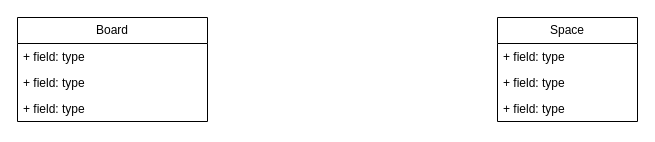
The draw.io diagram Diagrama sem nome.drawio in hsantana2024/5-desafios-java-DIO, before the edit. Source tidied: cells renumbered, new cells numbered last; positions are measured from the earlier drawing's top-left corner, leaving out a move shared by most shapes. Both pictures are drawn from the tidied source at 100%, with x=0, y=0 at pixel (17, 17).
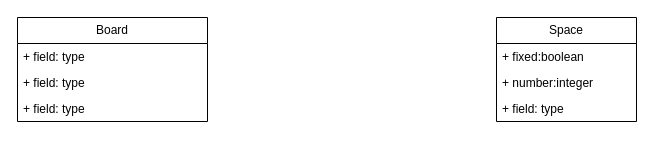
The same diagram, later.

Change to the diagram source:
```diff
@@
 <mxGraphModel>
   <root>
     <mxCell id="0" />
     <mxCell id="1" parent="0" />
     <mxCell id="2" value="Board" style="swimlane;fontStyle=0;horizontal=1;startSize=26;fillColor=none;whiteSpace=wrap;html=1;" parent="1" vertex="1">
       <mxGeometry width="190" height="104" as="geometry" />
     </mxCell>
     <mxCell id="3" value="+ field: type" style="text;strokeColor=none;fillColor=none;align=left;verticalAlign=top;spacingLeft=4;spacingRight=4;overflow=hidden;whiteSpace=wrap;html=1;" parent="2" vertex="1">
       <mxGeometry y="26" width="190" height="26" as="geometry" />
     </mxCell>
     <mxCell id="4" value="+ field: type" style="text;strokeColor=none;fillColor=none;align=left;verticalAlign=top;spacingLeft=4;spacingRight=4;overflow=hidden;whiteSpace=wrap;html=1;" parent="2" vertex="1">
       <mxGeometry y="52" width="190" height="26" as="geometry" />
     </mxCell>
     <mxCell id="5" value="+ field: type" style="text;strokeColor=none;fillColor=none;align=left;verticalAlign=top;spacingLeft=4;spacingRight=4;overflow=hidden;whiteSpace=wrap;html=1;" parent="2" vertex="1">
       <mxGeometry y="78" width="190" height="26" as="geometry" />
     </mxCell>
     <mxCell id="6" value="Space" style="swimlane;fontStyle=0;horizontal=1;startSize=26;fillColor=none;whiteSpace=wrap;html=1;" parent="1" vertex="1">
-      <mxGeometry x="480" width="140" height="104" as="geometry" />
+      <mxGeometry x="479" width="140" height="104" as="geometry" />
     </mxCell>
-    <mxCell id="7" value="+ field: type" style="text;strokeColor=none;fillColor=none;align=left;verticalAlign=top;spacingLeft=4;spacingRight=4;overflow=hidden;whiteSpace=wrap;html=1;" parent="6" vertex="1">
+    <mxCell id="7" value="+ fixed:boolean&lt;div&gt;&lt;br&gt;&lt;/div&gt;" style="text;strokeColor=none;fillColor=none;align=left;verticalAlign=top;spacingLeft=4;spacingRight=4;overflow=hidden;whiteSpace=wrap;html=1;" parent="6" vertex="1">
       <mxGeometry y="26" width="140" height="26" as="geometry" />
     </mxCell>
-    <mxCell id="8" value="+ field: type" style="text;strokeColor=none;fillColor=none;align=left;verticalAlign=top;spacingLeft=4;spacingRight=4;overflow=hidden;whiteSpace=wrap;html=1;" parent="6" vertex="1">
+    <mxCell id="8" value="+ number:integer" style="text;strokeColor=none;fillColor=none;align=left;verticalAlign=top;spacingLeft=4;spacingRight=4;overflow=hidden;whiteSpace=wrap;html=1;" parent="6" vertex="1">
       <mxGeometry y="52" width="140" height="26" as="geometry" />
     </mxCell>
     <mxCell id="9" value="+ field: type" style="text;strokeColor=none;fillColor=none;align=left;verticalAlign=top;spacingLeft=4;spacingRight=4;overflow=hidden;whiteSpace=wrap;html=1;" parent="6" vertex="1">
       <mxGeometry y="78" width="140" height="26" as="geometry" />
     </mxCell>
   </root>
 </mxGraphModel>
```
